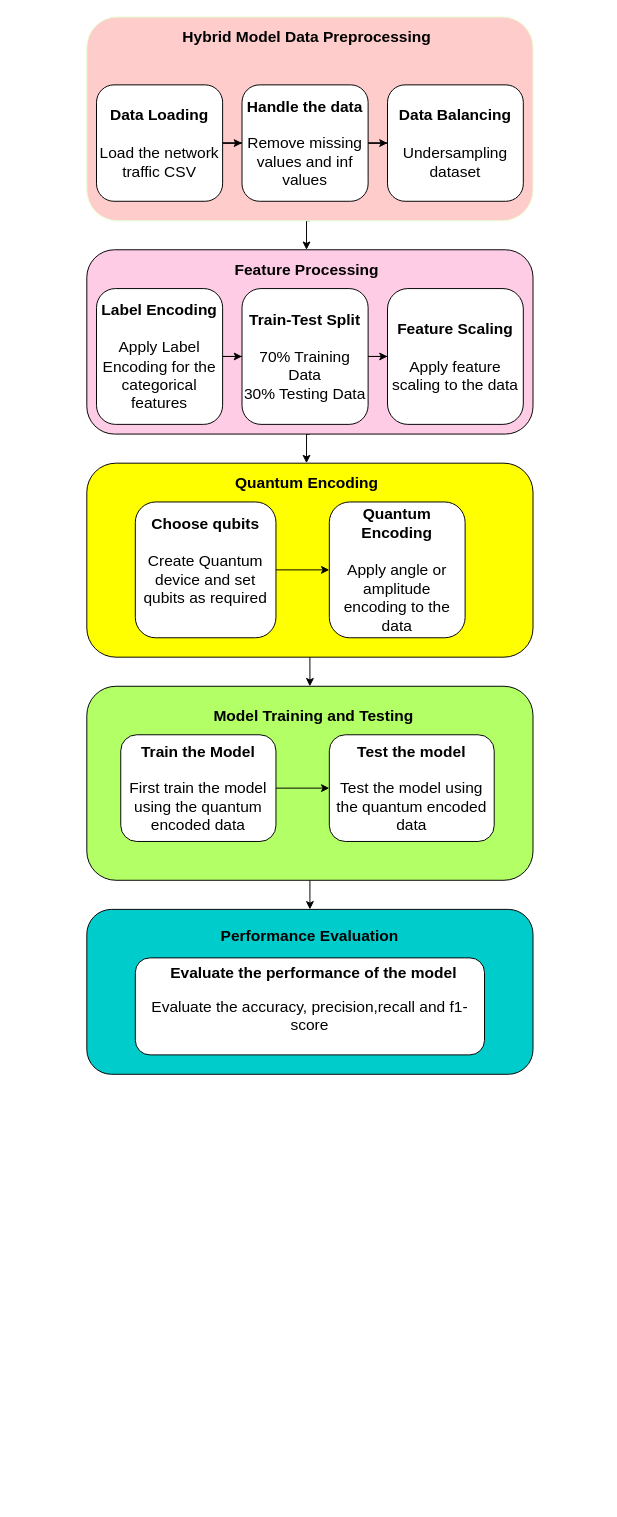
Earlier version of the draw.io diagram Copy of QKNN.drawio (AkshayMMurthy/abc). Source tidied: cells renumbered, new cells numbered last; positions are measured from the earlier drawing's top-left corner, leaving out a move shared by most shapes. Both pictures are drawn from the tidied source at 97%, with x=0, y=0 at pixel (16, 16).
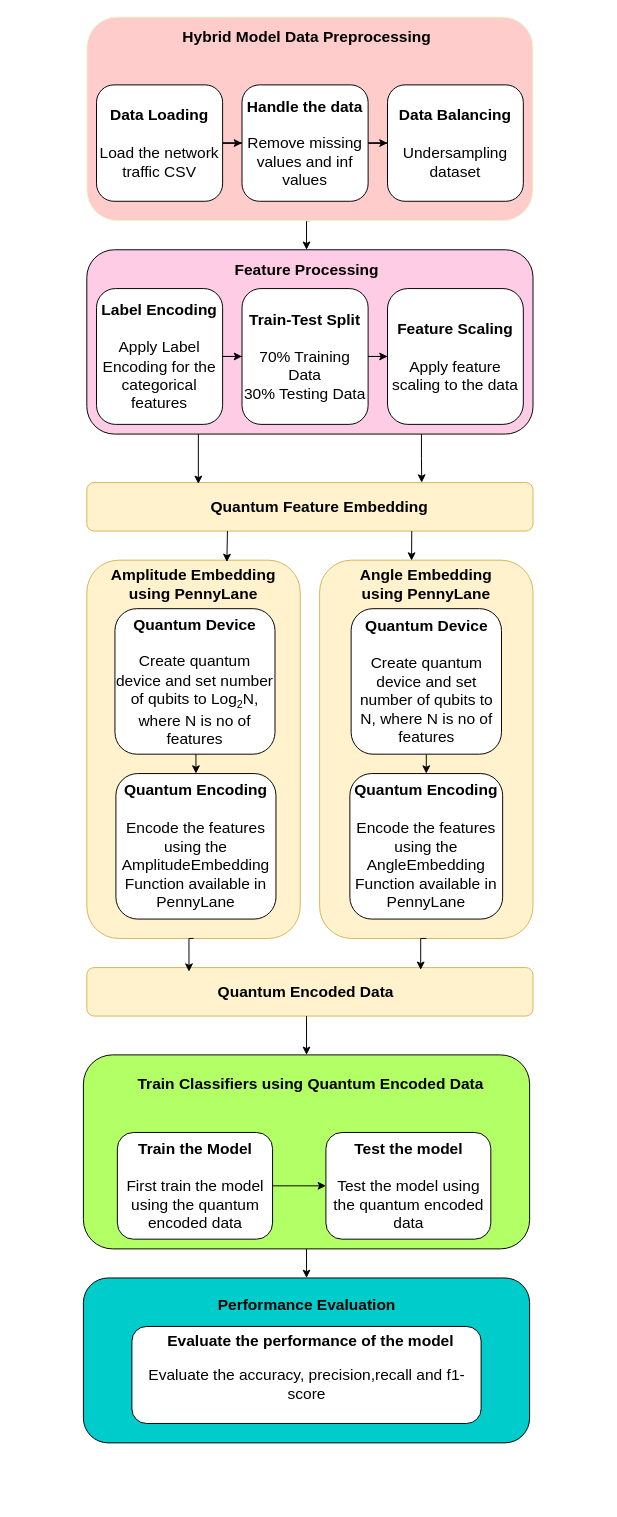
The same diagram, later.

Unchanged cells that the change refers to:
```xml
<mxCell id="23" style="rounded=1;whiteSpace=wrap;html=1;fillColor=light-dark(#FFCCE6,#99FFFF);fontSize=16;" parent="1" vertex="1">
  <mxGeometry x="72" y="240" width="460" height="190" as="geometry" />
</mxCell>
```

Change to the diagram source:
```diff
@@
     <mxCell id="4" style="edgeStyle=orthogonalEdgeStyle;rounded=0;jettySize=auto;html=1;fontSize=16;" parent="1" edge="1" source="5">
       <mxGeometry relative="1" as="geometry">
-        <mxPoint x="302" y="920" as="targetPoint" />
+        <mxPoint x="298.5" y="1300" as="targetPoint" />
       </mxGeometry>
     </mxCell>
     <mxCell id="5" style="rounded=1;whiteSpace=wrap;html=1;fillColor=light-dark(#B3FF66,#FFCCFF);fontSize=16;" parent="1" vertex="1">
-      <mxGeometry x="72" y="690" width="460" height="200" as="geometry" />
+      <mxGeometry x="68.5" y="1070" width="460" height="200" as="geometry" />
     </mxCell>
@@
-    <mxCell id="12" value="&lt;b&gt;Model Training and Testing&lt;/b&gt;" style="text;html=1;align=center;verticalAlign=middle;whiteSpace=wrap;rounded=0;fontSize=16;" parent="1" vertex="1">
-      <mxGeometry x="11.1" y="700" width="590" height="40" as="geometry" />
+    <mxCell id="12" value="&lt;b&gt;Train Classifiers using Quantum Encoded Data&lt;/b&gt;" style="text;html=1;align=center;verticalAlign=middle;whiteSpace=wrap;rounded=0;fontSize=16;" parent="1" vertex="1">
+      <mxGeometry x="7.6" y="1080" width="590" height="40" as="geometry" />
     </mxCell>
@@
     <mxCell id="14" value="&lt;div&gt;&lt;b&gt;Train the Model&lt;/b&gt;&lt;/div&gt;&lt;br&gt;&lt;div&gt;First train the model using the quantum encoded data&lt;/div&gt;" style="rounded=1;whiteSpace=wrap;html=1;fontSize=16;" parent="1" vertex="1">
-      <mxGeometry x="107" y="740" width="160" height="110" as="geometry" />
+      <mxGeometry x="103.5" y="1150" width="160" height="110" as="geometry" />
     </mxCell>
     <mxCell id="15" value="&lt;div&gt;&lt;b&gt;Test the model&lt;/b&gt;&lt;/div&gt;&lt;div&gt;&lt;b&gt;&lt;br&gt;&lt;/b&gt;&lt;/div&gt;&lt;div&gt;Test the model using the quantum encoded data&lt;/div&gt;" style="rounded=1;whiteSpace=wrap;html=1;fontSize=16;" parent="1" vertex="1">
-      <mxGeometry x="322" y="740" width="170" height="110" as="geometry" />
+      <mxGeometry x="318.5" y="1150" width="170" height="110" as="geometry" />
     </mxCell>
-    <mxCell id="16" style="edgeStyle=orthogonalEdgeStyle;rounded=0;jettySize=auto;html=1;exitX=0.5;exitY=1;exitDx=0;exitDy=0;entryX=0.5;entryY=0;entryDx=0;entryDy=0;fontSize=16;" parent="1" edge="1" source="17" target="5">
-      <mxGeometry relative="1" as="geometry" />
-    </mxCell>
-    <mxCell id="17" style="rounded=1;whiteSpace=wrap;html=1;fillColor=light-dark(#FFFF00,#99FFFF);fontSize=16;" parent="1" vertex="1">
-      <mxGeometry x="72" y="460" width="460" height="200" as="geometry" />
-    </mxCell>
-    <mxCell id="18" value="&lt;b&gt;Quantum Encoding&lt;/b&gt;" style="text;html=1;align=center;verticalAlign=middle;whiteSpace=wrap;rounded=0;fontSize=16;" parent="1" vertex="1">
-      <mxGeometry x="-0.5" y="460" width="598" height="40" as="geometry" />
-    </mxCell>
-    <mxCell id="19" value="&lt;div&gt;&lt;span&gt;&lt;b&gt;Quantum Encoding&lt;/b&gt;&lt;/span&gt;&lt;/div&gt;&lt;div&gt;&lt;span&gt;&lt;b&gt;&lt;br&gt;&lt;/b&gt;&lt;/span&gt;&lt;/div&gt;&lt;div&gt;Apply angle or amplitude encoding to the data&lt;/div&gt;" style="rounded=1;whiteSpace=wrap;html=1;fontSize=16;" parent="1" vertex="1">
-      <mxGeometry x="322" y="500" width="140" height="140" as="geometry" />
-    </mxCell>
-    <mxCell id="20" style="edgeStyle=orthogonalEdgeStyle;rounded=0;jettySize=auto;html=1;fontSize=16;" parent="1" edge="1" source="21" target="19">
-      <mxGeometry relative="1" as="geometry" />
-    </mxCell>
-    <mxCell id="21" value="&lt;span&gt;&lt;b&gt;Choose qubits&lt;/b&gt;&lt;/span&gt;&lt;br&gt;&lt;div&gt;&lt;br&gt;&lt;/div&gt;&lt;div&gt;Create Quantum device and set qubits as required&lt;/div&gt;&lt;div&gt;&lt;br&gt;&lt;/div&gt;" style="rounded=1;whiteSpace=wrap;html=1;fontSize=16;" parent="1" vertex="1">
-      <mxGeometry x="122" y="500" width="145" height="140" as="geometry" />
-    </mxCell>
-    <mxCell id="22" style="edgeStyle=orthogonalEdgeStyle;rounded=0;jettySize=auto;html=1;exitX=0.5;exitY=1;exitDx=0;exitDy=0;entryX=0.5;entryY=0;entryDx=0;entryDy=0;" parent="1" edge="1" source="23" target="18">
-      <mxGeometry relative="1" as="geometry" />
-    </mxCell>
@@
     <mxCell id="31" value="&lt;div&gt;&lt;br&gt;&lt;/div&gt;&lt;div&gt;&lt;br&gt;&lt;/div&gt;&lt;div&gt;&lt;br&gt;&lt;/div&gt;&lt;div&gt;&lt;b&gt;&lt;br&gt;&lt;/b&gt;&lt;/div&gt;&lt;div&gt;&lt;b&gt;Performance Evaluation&lt;/b&gt;&lt;/div&gt;&lt;div&gt;&lt;div&gt;&lt;font&gt;&lt;b&gt;&lt;br&gt;&lt;/b&gt;&lt;/font&gt;&lt;/div&gt;&lt;div&gt;&lt;font&gt;&lt;b&gt;&lt;br&gt;&lt;/b&gt;&lt;/font&gt;&lt;/div&gt;&lt;div&gt;&lt;font&gt;&lt;b&gt;&lt;br&gt;&lt;/b&gt;&lt;/font&gt;&lt;/div&gt;&lt;div&gt;&lt;font&gt;&lt;b&gt;&lt;br&gt;&lt;/b&gt;&lt;/font&gt;&lt;/div&gt;&lt;div&gt;&lt;font&gt;&lt;b&gt;&lt;br&gt;&lt;/b&gt;&lt;/font&gt;&lt;/div&gt;&lt;div&gt;&lt;font&gt;&lt;b&gt;&lt;br&gt;&lt;/b&gt;&lt;/font&gt;&lt;/div&gt;&lt;div&gt;&lt;font&gt;&lt;b&gt;&lt;br&gt;&lt;/b&gt;&lt;/font&gt;&lt;/div&gt;&lt;div&gt;&lt;font&gt;&lt;b&gt;&lt;br&gt;&lt;/b&gt;&lt;/font&gt;&lt;/div&gt;&lt;div&gt;&lt;font&gt;&lt;b&gt;&lt;br&gt;&lt;/b&gt;&lt;/font&gt;&lt;/div&gt;&lt;div&gt;&lt;br&gt;&lt;/div&gt;&lt;/div&gt;" style="rounded=1;whiteSpace=wrap;html=1;fillColor=light-dark(#00CCCC,#CCFFCC);fontSize=16;" parent="1" vertex="1">
-      <mxGeometry x="72" y="920" width="460" height="170" as="geometry" />
+      <mxGeometry x="68.5" y="1300" width="460" height="170" as="geometry" />
     </mxCell>
     <mxCell id="32" value="&lt;div&gt;&lt;br&gt;&lt;/div&gt;Evaluate the accuracy, precision,recall and f1-score" style="rounded=1;whiteSpace=wrap;html=1;fontSize=16;" parent="1" vertex="1">
-      <mxGeometry x="122" y="970" width="360" height="100" as="geometry" />
+      <mxGeometry x="118.5" y="1350" width="360" height="100" as="geometry" />
     </mxCell>
     <mxCell id="33" value="Evaluate the performance of the model" style="text;html=1;align=center;verticalAlign=middle;whiteSpace=wrap;rounded=0;fontSize=16;fontStyle=1;" parent="1" vertex="1">
-      <mxGeometry x="157" y="970" width="298.2" height="30" as="geometry" />
+      <mxGeometry x="153.5" y="1350" width="298.2" height="30" as="geometry" />
     </mxCell>
+    <mxCell id="34" style="rounded=1;whiteSpace=wrap;html=1;fillColor=#fff2cc;fontSize=16;strokeColor=#d6b656;" parent="1" vertex="1">
+      <mxGeometry x="72" y="560" width="220" height="390" as="geometry" />
+    </mxCell>
+    <mxCell id="35" style="rounded=1;whiteSpace=wrap;html=1;fillColor=#fff2cc;fontSize=16;strokeColor=#d6b656;" parent="1" vertex="1">
+      <mxGeometry x="312" y="560" width="220" height="390" as="geometry" />
+    </mxCell>
+    <mxCell id="36" value="&lt;b&gt;Amplitude Embedding using PennyLane&lt;/b&gt;" style="text;html=1;align=center;verticalAlign=middle;whiteSpace=wrap;rounded=0;fontSize=16;" parent="1" vertex="1">
+      <mxGeometry x="92" y="560" width="180" height="50" as="geometry" />
+    </mxCell>
+    <mxCell id="37" value="&lt;font&gt;&lt;b&gt;Angle Embedding using PennyLane&lt;/b&gt;&lt;/font&gt;" style="text;html=1;align=center;verticalAlign=middle;whiteSpace=wrap;rounded=0;fontSize=16;" parent="1" vertex="1">
+      <mxGeometry x="342" y="560" width="160" height="50" as="geometry" />
+    </mxCell>
+    <mxCell id="38" style="edgeStyle=orthogonalEdgeStyle;rounded=0;jettySize=auto;html=1;exitX=0.5;exitY=1;exitDx=0;exitDy=0;entryX=0.5;entryY=0;entryDx=0;entryDy=0;" parent="1" edge="1" source="39" target="47">
+      <mxGeometry relative="1" as="geometry" />
+    </mxCell>
+    <mxCell id="39" value="&lt;div&gt;&lt;b&gt;Quantum Device&lt;/b&gt;&lt;/div&gt;&lt;div&gt;&lt;br&gt;&lt;/div&gt;&lt;div&gt;Create quantum device and set number of qubits to Log&lt;span style=&quot;font-size: 13.3333px;&quot;&gt;&lt;sub&gt;2&lt;/sub&gt;&lt;/span&gt;N, where N is no of features&lt;/div&gt;" style="rounded=1;whiteSpace=wrap;html=1;fontSize=16;" parent="1" vertex="1">
+      <mxGeometry x="101" y="610" width="165" height="150" as="geometry" />
+    </mxCell>
+    <mxCell id="40" style="rounded=1;whiteSpace=wrap;html=1;fillColor=#fff2cc;fontSize=16;strokeColor=#d6b656;" parent="1" vertex="1">
+      <mxGeometry x="72" y="480" width="460" height="50" as="geometry" />
+    </mxCell>
+    <mxCell id="41" value="&lt;b&gt;Quantum Feature Embedding&lt;/b&gt;" style="text;html=1;align=center;verticalAlign=middle;whiteSpace=wrap;rounded=0;fontSize=16;" parent="1" vertex="1">
+      <mxGeometry x="122" y="480" width="380" height="50" as="geometry" />
+    </mxCell>
+    <mxCell id="42" style="rounded=1;whiteSpace=wrap;html=1;fillColor=#fff2cc;fontSize=16;strokeColor=#d6b656;" parent="1" vertex="1">
+      <mxGeometry x="72" y="980" width="460" height="50" as="geometry" />
+    </mxCell>
+    <mxCell id="43" style="edgeStyle=orthogonalEdgeStyle;rounded=0;jettySize=auto;html=1;" parent="1" edge="1" source="44" target="5">
+      <mxGeometry relative="1" as="geometry" />
+    </mxCell>
+    <mxCell id="44" value="&lt;b&gt;Quantum Encoded Data&lt;/b&gt;" style="text;html=1;align=center;verticalAlign=middle;whiteSpace=wrap;rounded=0;fontSize=16;" parent="1" vertex="1">
+      <mxGeometry x="167.4" y="980" width="262.2" height="50" as="geometry" />
+    </mxCell>
+    <mxCell id="45" style="edgeStyle=orthogonalEdgeStyle;rounded=0;jettySize=auto;html=1;exitX=0.5;exitY=1;exitDx=0;exitDy=0;entryX=0.5;entryY=0;entryDx=0;entryDy=0;" parent="1" edge="1" source="46" target="48">
+      <mxGeometry relative="1" as="geometry" />
+    </mxCell>
+    <mxCell id="46" value="&lt;div&gt;&lt;b&gt;Quantum Device&lt;/b&gt;&lt;/div&gt;&lt;div&gt;&lt;br&gt;&lt;/div&gt;&lt;div&gt;Create quantum device and set number of qubits to N, where N is no of features&lt;/div&gt;" style="rounded=1;whiteSpace=wrap;html=1;fontSize=16;" parent="1" vertex="1">
+      <mxGeometry x="344.5" y="610" width="155" height="150" as="geometry" />
+    </mxCell>
+    <mxCell id="47" value="&lt;div&gt;&lt;b&gt;Quantum Encoding&lt;/b&gt;&lt;/div&gt;&lt;div&gt;&lt;br&gt;&lt;/div&gt;&lt;div&gt;Encode the features using the AmplitudeEmbedding Function available in PennyLane&lt;/div&gt;" style="rounded=1;whiteSpace=wrap;html=1;fontSize=16;" parent="1" vertex="1">
+      <mxGeometry x="102" y="780" width="165" height="150" as="geometry" />
+    </mxCell>
+    <mxCell id="48" value="&lt;div&gt;&lt;b&gt;Quantum Encoding&lt;/b&gt;&lt;/div&gt;&lt;div&gt;&lt;br&gt;&lt;/div&gt;&lt;div&gt;Encode the features using the AngleEmbedding Function available in PennyLane&lt;/div&gt;" style="rounded=1;whiteSpace=wrap;html=1;fontSize=16;" parent="1" vertex="1">
+      <mxGeometry x="343.2" y="780" width="157.5" height="150" as="geometry" />
+    </mxCell>
+    <mxCell id="49" style="edgeStyle=orthogonalEdgeStyle;rounded=0;jettySize=auto;html=1;exitX=0.25;exitY=1;exitDx=0;exitDy=0;entryX=0.171;entryY=0.027;entryDx=0;entryDy=0;entryPerimeter=0;" parent="1" edge="1" source="23" target="41">
+      <mxGeometry relative="1" as="geometry" />
+    </mxCell>
+    <mxCell id="50" style="edgeStyle=orthogonalEdgeStyle;rounded=0;jettySize=auto;html=1;exitX=0.75;exitY=1;exitDx=0;exitDy=0;entryX=0.777;entryY=0;entryDx=0;entryDy=0;entryPerimeter=0;" parent="1" edge="1" source="23" target="41">
+      <mxGeometry relative="1" as="geometry" />
+    </mxCell>
+    <mxCell id="51" style="edgeStyle=orthogonalEdgeStyle;rounded=0;jettySize=auto;html=1;exitX=0.75;exitY=1;exitDx=0;exitDy=0;entryX=0.405;entryY=0.008;entryDx=0;entryDy=0;entryPerimeter=0;" parent="1" edge="1" source="41" target="37">
+      <mxGeometry relative="1" as="geometry" />
+    </mxCell>
+    <mxCell id="52" style="edgeStyle=orthogonalEdgeStyle;rounded=0;jettySize=auto;html=1;exitX=0.5;exitY=1;exitDx=0;exitDy=0;entryX=0.229;entryY=0.084;entryDx=0;entryDy=0;entryPerimeter=0;" parent="1" edge="1" source="34" target="42">
+      <mxGeometry relative="1" as="geometry" />
+    </mxCell>
+    <mxCell id="53" style="edgeStyle=orthogonalEdgeStyle;rounded=0;jettySize=auto;html=1;exitX=0.5;exitY=1;exitDx=0;exitDy=0;entryX=0.949;entryY=0.046;entryDx=0;entryDy=0;entryPerimeter=0;" parent="1" edge="1" source="35" target="44">
+      <mxGeometry relative="1" as="geometry" />
+    </mxCell>
+    <mxCell id="54" style="edgeStyle=orthogonalEdgeStyle;rounded=0;jettySize=auto;html=1;exitX=0.25;exitY=1;exitDx=0;exitDy=0;entryX=0.691;entryY=0.038;entryDx=0;entryDy=0;entryPerimeter=0;" parent="1" edge="1" source="41" target="36">
+      <mxGeometry relative="1" as="geometry" />
+    </mxCell>
```
